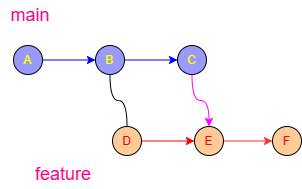
Earlier version of the draw.io export Programming/Linux/Git/Images/Imagine_merge_twice_001.png (karlschmitt/Zettelkasten). Source tidied: cells renumbered, new cells last; positions are measured from the earlier drawing's top-left corner, leaving out a move shared by most shapes. Its diagram source:
```xml
<mxGraphModel>
  <root>
    <mxCell id="0" />
    <mxCell id="1" parent="0" />
    <mxCell id="2" style="edgeStyle=orthogonalEdgeStyle;rounded=0;jettySize=auto;html=1;exitX=1;exitY=0.5;exitDx=0;exitDy=0;entryX=0;entryY=0.5;entryDx=0;entryDy=0;strokeColor=#0000FF;" parent="1" edge="1" source="3" target="5">
      <mxGeometry relative="1" as="geometry" />
    </mxCell>
    <mxCell id="3" value="&lt;font style=&quot;color: rgb(255, 255, 0);&quot;&gt;A&lt;/font&gt;" style="ellipse;whiteSpace=wrap;html=1;fillColor=#9999FF;" parent="1" vertex="1">
      <mxGeometry x="13" y="45" width="29" height="29" as="geometry" />
    </mxCell>
    <mxCell id="4" style="edgeStyle=orthogonalEdgeStyle;rounded=0;jettySize=auto;html=1;exitX=1;exitY=0.5;exitDx=0;exitDy=0;entryX=0;entryY=0.5;entryDx=0;entryDy=0;strokeColor=#0000FF;" parent="1" edge="1" source="5" target="7">
      <mxGeometry relative="1" as="geometry" />
    </mxCell>
    <mxCell id="5" value="&lt;font style=&quot;color: rgb(255, 255, 0);&quot;&gt;B&lt;/font&gt;" style="ellipse;whiteSpace=wrap;html=1;fillColor=#9999FF;" parent="1" vertex="1">
      <mxGeometry x="95" y="45" width="29" height="29" as="geometry" />
    </mxCell>
    <mxCell id="6" style="edgeStyle=orthogonalEdgeStyle;rounded=0;jettySize=auto;html=1;exitX=0.5;exitY=1;exitDx=0;exitDy=0;entryX=0.5;entryY=0;entryDx=0;entryDy=0;curved=1;strokeColor=#FF00FF;" parent="1" edge="1" source="7" target="13">
      <mxGeometry relative="1" as="geometry" />
    </mxCell>
    <mxCell id="7" value="&lt;font style=&quot;color: rgb(255, 255, 0);&quot;&gt;C&lt;/font&gt;" style="ellipse;whiteSpace=wrap;html=1;fillColor=#9999FF;" parent="1" vertex="1">
      <mxGeometry x="177" y="45" width="29" height="29" as="geometry" />
    </mxCell>
    <mxCell id="8" value="&lt;font style=&quot;color: rgb(255, 0, 128); font-size: 18px;&quot;&gt;main&lt;/font&gt;" style="text;html=1;whiteSpace=wrap;strokeColor=none;fillColor=none;align=center;verticalAlign=middle;rounded=0;" parent="1" vertex="1">
      <mxGeometry width="60" height="30" as="geometry" />
    </mxCell>
    <mxCell id="9" style="edgeStyle=orthogonalEdgeStyle;curved=1;rounded=0;jettySize=auto;html=1;exitX=1;exitY=0.5;exitDx=0;exitDy=0;entryX=0;entryY=0.5;entryDx=0;entryDy=0;strokeColor=#FF0000;" parent="1" edge="1" source="11" target="13">
      <mxGeometry relative="1" as="geometry" />
    </mxCell>
    <mxCell id="10" style="edgeStyle=orthogonalEdgeStyle;shape=wire;curved=1;rounded=0;jettySize=auto;html=1;entryX=0.5;entryY=1;entryDx=0;entryDy=0;dashed=1;endArrow=none;endFill=0;" parent="1" edge="1" source="11" target="5">
      <mxGeometry relative="1" as="geometry" />
    </mxCell>
    <mxCell id="11" value="&lt;font style=&quot;color: rgb(255, 0, 0);&quot;&gt;D&lt;/font&gt;" style="ellipse;whiteSpace=wrap;html=1;fillColor=#FFCC99;" parent="1" vertex="1">
      <mxGeometry x="112" y="126" width="29" height="29" as="geometry" />
    </mxCell>
    <mxCell id="12" style="edgeStyle=orthogonalEdgeStyle;rounded=0;jettySize=auto;html=1;exitX=1;exitY=0.5;exitDx=0;exitDy=0;strokeColor=#FF3333;" parent="1" edge="1" source="13" target="15">
      <mxGeometry relative="1" as="geometry" />
    </mxCell>
    <mxCell id="13" value="&lt;font style=&quot;color: rgb(255, 0, 0);&quot;&gt;E&lt;/font&gt;" style="ellipse;whiteSpace=wrap;html=1;fillColor=#FFCC99;" parent="1" vertex="1">
      <mxGeometry x="194" y="126" width="29" height="29" as="geometry" />
    </mxCell>
    <mxCell id="14" value="&lt;font color=&quot;#ff0080&quot;&gt;&lt;span style=&quot;font-size: 18px;&quot;&gt;feature&lt;/span&gt;&lt;/font&gt;" style="text;html=1;whiteSpace=wrap;strokeColor=none;fillColor=none;align=center;verticalAlign=middle;rounded=0;" parent="1" vertex="1">
      <mxGeometry x="33" y="159" width="60" height="30" as="geometry" />
    </mxCell>
    <mxCell id="15" value="&lt;font style=&quot;color: rgb(255, 0, 0);&quot;&gt;F&lt;/font&gt;" style="ellipse;whiteSpace=wrap;html=1;fillColor=#FFCC99;" parent="1" vertex="1">
      <mxGeometry x="272" y="126" width="29" height="29" as="geometry" />
    </mxCell>
  </root>
</mxGraphModel>
```
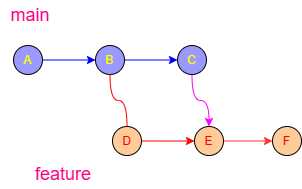
The same diagram one commit later.

Change to the diagram source:
```diff
@@ -26,7 +26,7 @@
     <mxCell id="9" style="edgeStyle=orthogonalEdgeStyle;curved=1;rounded=0;jettySize=auto;html=1;exitX=1;exitY=0.5;exitDx=0;exitDy=0;entryX=0;entryY=0.5;entryDx=0;entryDy=0;strokeColor=#FF0000;" parent="1" edge="1" source="11" target="13">
       <mxGeometry relative="1" as="geometry" />
     </mxCell>
-    <mxCell id="10" style="edgeStyle=orthogonalEdgeStyle;shape=wire;curved=1;rounded=0;jettySize=auto;html=1;entryX=0.5;entryY=1;entryDx=0;entryDy=0;dashed=1;endArrow=none;endFill=0;" parent="1" edge="1" source="11" target="5">
+    <mxCell id="10" style="edgeStyle=orthogonalEdgeStyle;shape=wire;curved=1;rounded=0;jettySize=auto;html=1;entryX=0.5;entryY=1;entryDx=0;entryDy=0;dashed=1;endArrow=none;endFill=0;strokeColor=#FF0000;" parent="1" edge="1" source="11" target="5">
       <mxGeometry relative="1" as="geometry" />
     </mxCell>
     <mxCell id="11" value="&lt;font style=&quot;color: rgb(255, 0, 0);&quot;&gt;D&lt;/font&gt;" style="ellipse;whiteSpace=wrap;html=1;fillColor=#FFCC99;" parent="1" vertex="1">
```
